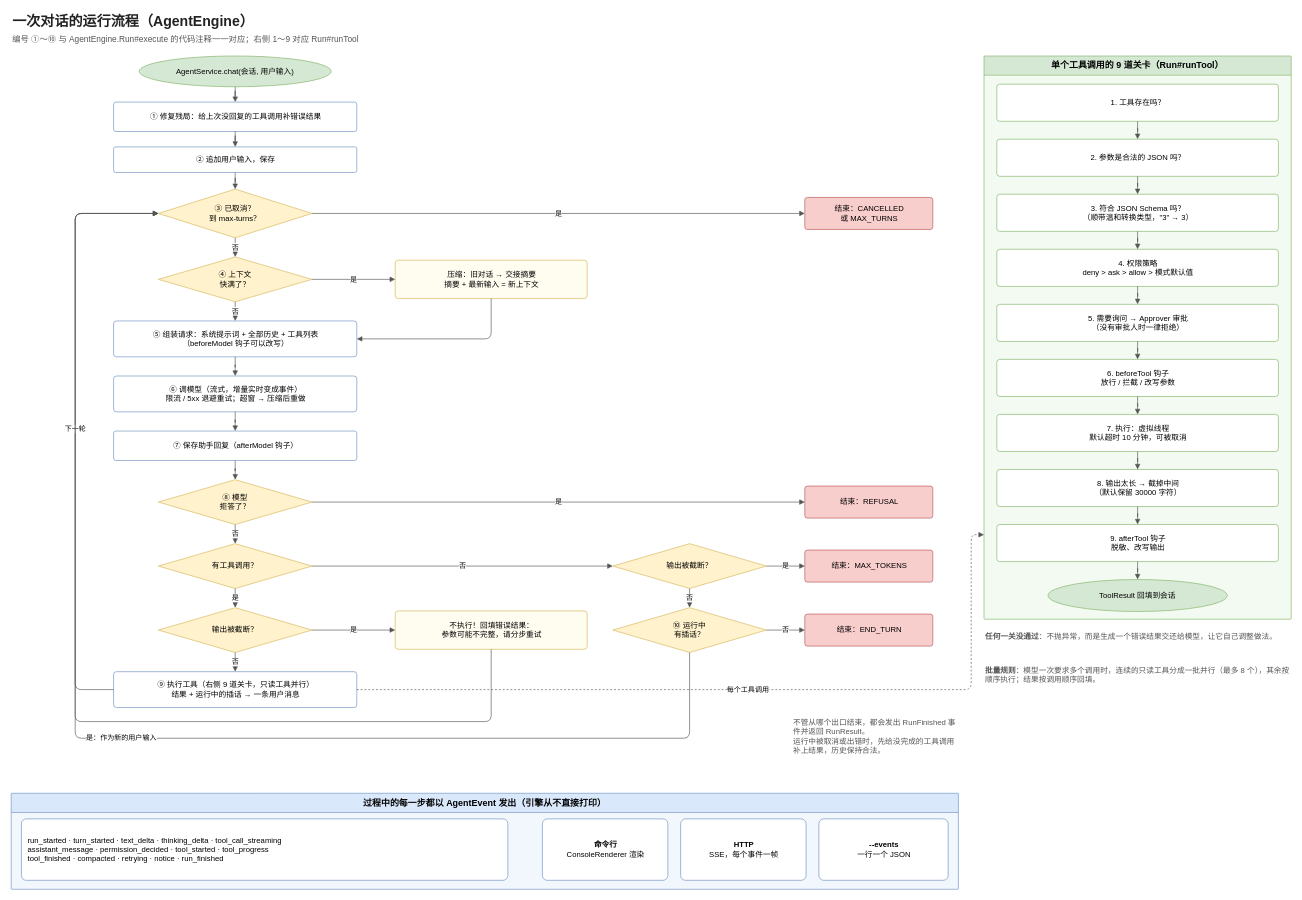
Above: page "2 一次对话的运行流程" (2 of 3) of docs/agentcore-architecture.drawio in stackJx/agent-java (draw.io), before the change. Source tidied: cells renumbered, new cells numbered last; positions are measured from the earlier drawing's top-left corner, leaving out a move shared by most shapes. Both pictures are drawn from the tidied source at 64%, with x=0, y=0 at pixel (11, 11).
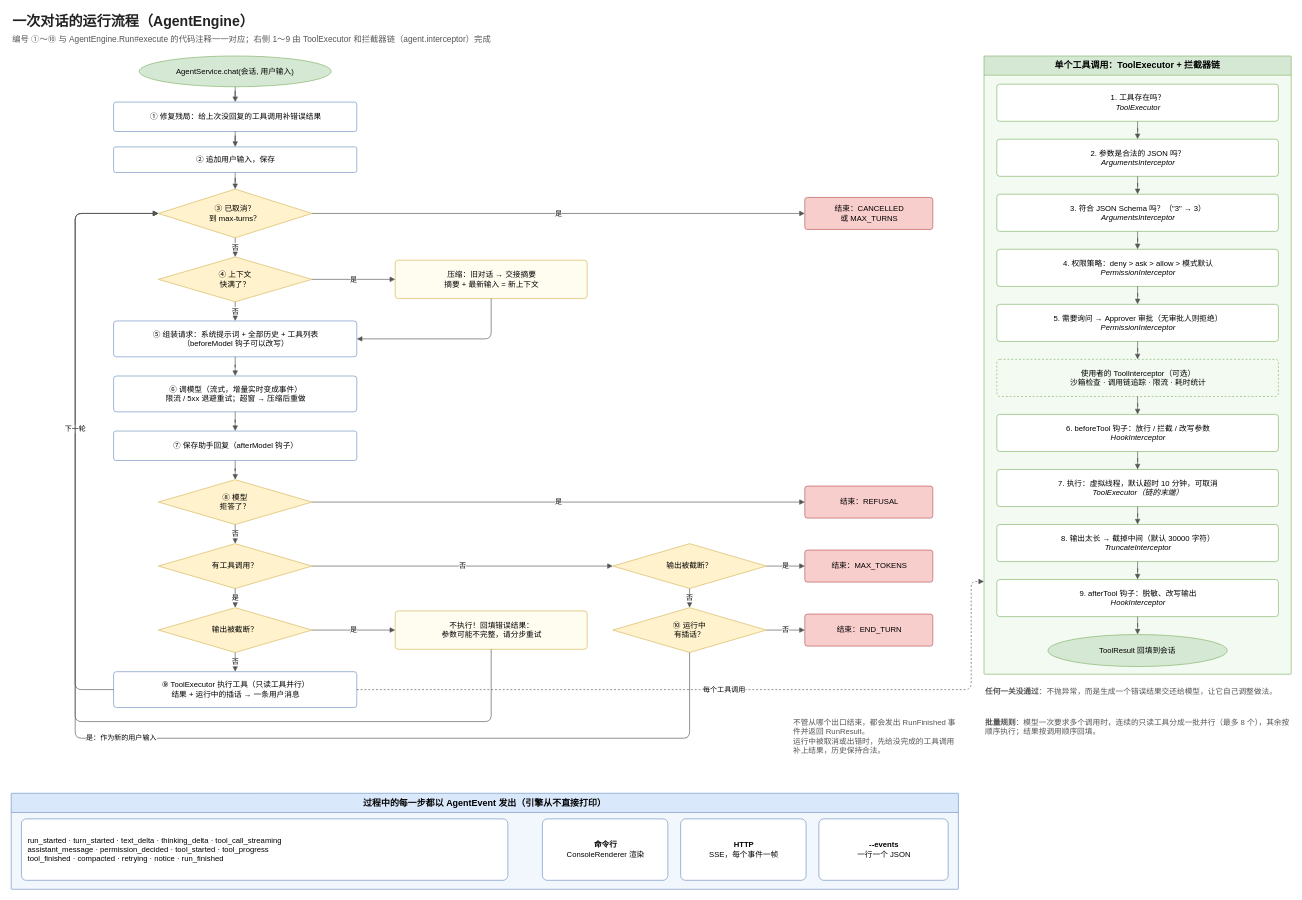
Above is the later version.

The edit, as a diff of the source:
```diff
@@
-    <mxCell id="3" value="编号 ①～⑩ 与 AgentEngine.Run#execute 的代码注释一一对应；右侧 1～9 对应 Run#runTool" style="text;html=1;whiteSpace=wrap;align=left;verticalAlign=middle;fontSize=13;fontColor=#555555;" parent="1" vertex="1">
+    <mxCell id="3" value="编号 ①～⑩ 与 AgentEngine.Run#execute 的代码注释一一对应；右侧 1～9 由 ToolExecutor 和拦截器链（agent.interceptor）完成" style="text;html=1;whiteSpace=wrap;align=left;verticalAlign=middle;fontSize=13;fontColor=#555555;" parent="1" vertex="1">
       <mxGeometry y="32" width="1400" height="24" as="geometry" />
     </mxCell>
@@
-    <mxCell id="15" value="⑨ 执行工具（右侧 9 道关卡，只读工具并行）&lt;br&gt;结果 + 运行中的插话 → 一条用户消息" style="rounded=1;arcSize=8;whiteSpace=wrap;html=1;fontSize=12;align=center;verticalAlign=middle;spacingLeft=8;spacingRight=6;fillColor=#ffffff;strokeColor=#6c8ebf;" parent="1" vertex="1">
+    <mxCell id="15" value="⑨ ToolExecutor 执行工具（只读工具并行）&lt;br&gt;结果 + 运行中的插话 → 一条用户消息" style="rounded=1;arcSize=8;whiteSpace=wrap;html=1;fontSize=12;align=center;verticalAlign=middle;spacingLeft=8;spacingRight=6;fillColor=#ffffff;strokeColor=#6c8ebf;" parent="1" vertex="1">
       <mxGeometry x="160" y="1032" width="380" height="56" as="geometry" />
     </mxCell>
@@
-    <mxCell id="48" value="单个工具调用的 9 道关卡（Run#runTool）" style="swimlane;startSize=30;rounded=1;arcSize=1;html=1;whiteSpace=wrap;fontStyle=1;fontSize=14;fillColor=#d5e8d4;strokeColor=#82b366;swimlaneFillColor=#f3faf2;" parent="1" vertex="1">
-      <mxGeometry x="1520" y="70" width="480" height="880" as="geometry" />
+    <mxCell id="48" value="单个工具调用：ToolExecutor + 拦截器链" style="swimlane;startSize=30;rounded=1;arcSize=1;html=1;whiteSpace=wrap;fontStyle=1;fontSize=14;fillColor=#d5e8d4;strokeColor=#82b366;swimlaneFillColor=#f3faf2;" parent="1" vertex="1">
+      <mxGeometry x="1520" y="70" width="480" height="966" as="geometry" />
     </mxCell>
-    <mxCell id="49" value="1. 工具存在吗？" style="rounded=1;arcSize=8;whiteSpace=wrap;html=1;fontSize=12;align=center;verticalAlign=middle;spacingLeft=8;spacingRight=6;fillColor=#ffffff;strokeColor=#82b366;" parent="48" vertex="1">
+    <mxCell id="49" value="1. 工具存在吗？&lt;br&gt;&lt;i&gt;ToolExecutor&lt;/i&gt;" style="rounded=1;arcSize=8;whiteSpace=wrap;html=1;fontSize=12;align=center;verticalAlign=middle;spacingLeft=8;spacingRight=6;fillColor=#ffffff;strokeColor=#82b366;" parent="48" vertex="1">
       <mxGeometry x="20" y="44" width="440" height="58" as="geometry" />
     </mxCell>
-    <mxCell id="50" value="2. 参数是合法的 JSON 吗？" style="rounded=1;arcSize=8;whiteSpace=wrap;html=1;fontSize=12;align=center;verticalAlign=middle;spacingLeft=8;spacingRight=6;fillColor=#ffffff;strokeColor=#82b366;" parent="48" vertex="1">
+    <mxCell id="50" value="2. 参数是合法的 JSON 吗？&lt;br&gt;&lt;i&gt;ArgumentsInterceptor&lt;/i&gt;" style="rounded=1;arcSize=8;whiteSpace=wrap;html=1;fontSize=12;align=center;verticalAlign=middle;spacingLeft=8;spacingRight=6;fillColor=#ffffff;strokeColor=#82b366;" parent="48" vertex="1">
       <mxGeometry x="20" y="130" width="440" height="58" as="geometry" />
     </mxCell>
-    <mxCell id="51" value="3. 符合 JSON Schema 吗？&lt;br&gt;（顺带温和转换类型，&amp;quot;3&amp;quot; → 3）" style="rounded=1;arcSize=8;whiteSpace=wrap;html=1;fontSize=12;align=center;verticalAlign=middle;spacingLeft=8;spacingRight=6;fillColor=#ffffff;strokeColor=#82b366;" parent="48" vertex="1">
+    <mxCell id="51" value="3. 符合 JSON Schema 吗？（&amp;quot;3&amp;quot; → 3）&lt;br&gt;&lt;i&gt;ArgumentsInterceptor&lt;/i&gt;" style="rounded=1;arcSize=8;whiteSpace=wrap;html=1;fontSize=12;align=center;verticalAlign=middle;spacingLeft=8;spacingRight=6;fillColor=#ffffff;strokeColor=#82b366;" parent="48" vertex="1">
       <mxGeometry x="20" y="216" width="440" height="58" as="geometry" />
     </mxCell>
-    <mxCell id="52" value="4. 权限策略&lt;br&gt;deny &amp;gt; ask &amp;gt; allow &amp;gt; 模式默认值" style="rounded=1;arcSize=8;whiteSpace=wrap;html=1;fontSize=12;align=center;verticalAlign=middle;spacingLeft=8;spacingRight=6;fillColor=#ffffff;strokeColor=#82b366;" parent="48" vertex="1">
+    <mxCell id="52" value="4. 权限策略：deny &amp;gt; ask &amp;gt; allow &amp;gt; 模式默认&lt;br&gt;&lt;i&gt;PermissionInterceptor&lt;/i&gt;" style="rounded=1;arcSize=8;whiteSpace=wrap;html=1;fontSize=12;align=center;verticalAlign=middle;spacingLeft=8;spacingRight=6;fillColor=#ffffff;strokeColor=#82b366;" parent="48" vertex="1">
       <mxGeometry x="20" y="302" width="440" height="58" as="geometry" />
     </mxCell>
-    <mxCell id="53" value="5. 需要询问 → Approver 审批&lt;br&gt;（没有审批人时一律拒绝）" style="rounded=1;arcSize=8;whiteSpace=wrap;html=1;fontSize=12;align=center;verticalAlign=middle;spacingLeft=8;spacingRight=6;fillColor=#ffffff;strokeColor=#82b366;" parent="48" vertex="1">
+    <mxCell id="53" value="5. 需要询问 → Approver 审批（无审批人则拒绝）&lt;br&gt;&lt;i&gt;PermissionInterceptor&lt;/i&gt;" style="rounded=1;arcSize=8;whiteSpace=wrap;html=1;fontSize=12;align=center;verticalAlign=middle;spacingLeft=8;spacingRight=6;fillColor=#ffffff;strokeColor=#82b366;" parent="48" vertex="1">
       <mxGeometry x="20" y="388" width="440" height="58" as="geometry" />
     </mxCell>
-    <mxCell id="54" value="6. beforeTool 钩子&lt;br&gt;放行 / 拦截 / 改写参数" style="rounded=1;arcSize=8;whiteSpace=wrap;html=1;fontSize=12;align=center;verticalAlign=middle;spacingLeft=8;spacingRight=6;fillColor=#ffffff;strokeColor=#82b366;" parent="48" vertex="1">
+    <mxCell id="54" value="使用者的 ToolInterceptor（可选）&lt;br&gt;沙箱检查 · 调用链追踪 · 限流 · 耗时统计" style="rounded=1;arcSize=8;whiteSpace=wrap;html=1;fontSize=12;align=center;verticalAlign=middle;spacingLeft=8;spacingRight=6;fillColor=#f3faf2;strokeColor=#82b366;dashed=1;" parent="48" vertex="1">
       <mxGeometry x="20" y="474" width="440" height="58" as="geometry" />
     </mxCell>
-    <mxCell id="55" value="7. 执行：虚拟线程&lt;br&gt;默认超时 10 分钟，可被取消" style="rounded=1;arcSize=8;whiteSpace=wrap;html=1;fontSize=12;align=center;verticalAlign=middle;spacingLeft=8;spacingRight=6;fillColor=#ffffff;strokeColor=#82b366;" parent="48" vertex="1">
+    <mxCell id="55" value="6. beforeTool 钩子：放行 / 拦截 / 改写参数&lt;br&gt;&lt;i&gt;HookInterceptor&lt;/i&gt;" style="rounded=1;arcSize=8;whiteSpace=wrap;html=1;fontSize=12;align=center;verticalAlign=middle;spacingLeft=8;spacingRight=6;fillColor=#ffffff;strokeColor=#82b366;" parent="48" vertex="1">
       <mxGeometry x="20" y="560" width="440" height="58" as="geometry" />
     </mxCell>
-    <mxCell id="56" value="8. 输出太长 → 截掉中间&lt;br&gt;（默认保留 30000 字符）" style="rounded=1;arcSize=8;whiteSpace=wrap;html=1;fontSize=12;align=center;verticalAlign=middle;spacingLeft=8;spacingRight=6;fillColor=#ffffff;strokeColor=#82b366;" parent="48" vertex="1">
+    <mxCell id="56" value="7. 执行：虚拟线程，默认超时 10 分钟，可取消&lt;br&gt;&lt;i&gt;ToolExecutor（链的末端）&lt;/i&gt;" style="rounded=1;arcSize=8;whiteSpace=wrap;html=1;fontSize=12;align=center;verticalAlign=middle;spacingLeft=8;spacingRight=6;fillColor=#ffffff;strokeColor=#82b366;" parent="48" vertex="1">
       <mxGeometry x="20" y="646" width="440" height="58" as="geometry" />
     </mxCell>
-    <mxCell id="57" value="9. afterTool 钩子&lt;br&gt;脱敏、改写输出" style="rounded=1;arcSize=8;whiteSpace=wrap;html=1;fontSize=12;align=center;verticalAlign=middle;spacingLeft=8;spacingRight=6;fillColor=#ffffff;strokeColor=#82b366;" parent="48" vertex="1">
+    <mxCell id="57" value="8. 输出太长 → 截掉中间（默认 30000 字符）&lt;br&gt;&lt;i&gt;TruncateInterceptor&lt;/i&gt;" style="rounded=1;arcSize=8;whiteSpace=wrap;html=1;fontSize=12;align=center;verticalAlign=middle;spacingLeft=8;spacingRight=6;fillColor=#ffffff;strokeColor=#82b366;" parent="48" vertex="1">
       <mxGeometry x="20" y="732" width="440" height="58" as="geometry" />
     </mxCell>
-    <mxCell id="58" value="ToolResult 回填到会话" style="ellipse;whiteSpace=wrap;html=1;fontSize=12;fillColor=#d5e8d4;strokeColor=#82b366;" parent="48" vertex="1">
-      <mxGeometry x="100" y="818" width="280" height="50" as="geometry" />
+    <mxCell id="58" value="9. afterTool 钩子：脱敏、改写输出&lt;br&gt;&lt;i&gt;HookInterceptor&lt;/i&gt;" style="rounded=1;arcSize=8;whiteSpace=wrap;html=1;fontSize=12;align=center;verticalAlign=middle;spacingLeft=8;spacingRight=6;fillColor=#ffffff;strokeColor=#82b366;" parent="48" vertex="1">
+      <mxGeometry x="20" y="818" width="440" height="58" as="geometry" />
     </mxCell>
-    <mxCell id="59" style="edgeStyle=orthogonalEdgeStyle;rounded=1;jettySize=auto;html=1;endArrow=block;endFill=1;strokeColor=#555555;fontSize=11;labelBackgroundColor=#ffffff;" parent="1" edge="1" source="49" target="50">
-      <mxGeometry relative="1" as="geometry" />
-    </mxCell>
+    <mxCell id="76" value="ToolResult 回填到会话" style="ellipse;whiteSpace=wrap;html=1;fontSize=12;fillColor=#d5e8d4;strokeColor=#82b366;" parent="48" vertex="1">
+      <mxGeometry x="100" y="904" width="280" height="50" as="geometry" />
+    </mxCell>
-    <mxCell id="60" style="edgeStyle=orthogonalEdgeStyle;rounded=1;jettySize=auto;html=1;endArrow=block;endFill=1;strokeColor=#555555;fontSize=11;labelBackgroundColor=#ffffff;" parent="1" edge="1" source="50" target="51">
+    <mxCell id="60" style="edgeStyle=orthogonalEdgeStyle;rounded=1;jettySize=auto;html=1;endArrow=block;endFill=1;strokeColor=#555555;fontSize=11;labelBackgroundColor=#ffffff;" parent="1" edge="1" source="49" target="50">
       <mxGeometry relative="1" as="geometry" />
     </mxCell>
-    <mxCell id="61" style="edgeStyle=orthogonalEdgeStyle;rounded=1;jettySize=auto;html=1;endArrow=block;endFill=1;strokeColor=#555555;fontSize=11;labelBackgroundColor=#ffffff;" parent="1" edge="1" source="51" target="52">
+    <mxCell id="61" style="edgeStyle=orthogonalEdgeStyle;rounded=1;jettySize=auto;html=1;endArrow=block;endFill=1;strokeColor=#555555;fontSize=11;labelBackgroundColor=#ffffff;" parent="1" edge="1" source="50" target="51">
       <mxGeometry relative="1" as="geometry" />
     </mxCell>
-    <mxCell id="62" style="edgeStyle=orthogonalEdgeStyle;rounded=1;jettySize=auto;html=1;endArrow=block;endFill=1;strokeColor=#555555;fontSize=11;labelBackgroundColor=#ffffff;" parent="1" edge="1" source="52" target="53">
+    <mxCell id="62" style="edgeStyle=orthogonalEdgeStyle;rounded=1;jettySize=auto;html=1;endArrow=block;endFill=1;strokeColor=#555555;fontSize=11;labelBackgroundColor=#ffffff;" parent="1" edge="1" source="51" target="52">
       <mxGeometry relative="1" as="geometry" />
     </mxCell>
-    <mxCell id="63" style="edgeStyle=orthogonalEdgeStyle;rounded=1;jettySize=auto;html=1;endArrow=block;endFill=1;strokeColor=#555555;fontSize=11;labelBackgroundColor=#ffffff;" parent="1" edge="1" source="53" target="54">
+    <mxCell id="63" style="edgeStyle=orthogonalEdgeStyle;rounded=1;jettySize=auto;html=1;endArrow=block;endFill=1;strokeColor=#555555;fontSize=11;labelBackgroundColor=#ffffff;" parent="1" edge="1" source="52" target="53">
       <mxGeometry relative="1" as="geometry" />
     </mxCell>
-    <mxCell id="64" style="edgeStyle=orthogonalEdgeStyle;rounded=1;jettySize=auto;html=1;endArrow=block;endFill=1;strokeColor=#555555;fontSize=11;labelBackgroundColor=#ffffff;" parent="1" edge="1" source="54" target="55">
+    <mxCell id="64" style="edgeStyle=orthogonalEdgeStyle;rounded=1;jettySize=auto;html=1;endArrow=block;endFill=1;strokeColor=#555555;fontSize=11;labelBackgroundColor=#ffffff;" parent="1" edge="1" source="53" target="54">
       <mxGeometry relative="1" as="geometry" />
     </mxCell>
-    <mxCell id="65" style="edgeStyle=orthogonalEdgeStyle;rounded=1;jettySize=auto;html=1;endArrow=block;endFill=1;strokeColor=#555555;fontSize=11;labelBackgroundColor=#ffffff;" parent="1" edge="1" source="55" target="56">
+    <mxCell id="65" style="edgeStyle=orthogonalEdgeStyle;rounded=1;jettySize=auto;html=1;endArrow=block;endFill=1;strokeColor=#555555;fontSize=11;labelBackgroundColor=#ffffff;" parent="1" edge="1" source="54" target="55">
       <mxGeometry relative="1" as="geometry" />
     </mxCell>
-    <mxCell id="66" style="edgeStyle=orthogonalEdgeStyle;rounded=1;jettySize=auto;html=1;endArrow=block;endFill=1;strokeColor=#555555;fontSize=11;labelBackgroundColor=#ffffff;" parent="1" edge="1" source="56" target="57">
+    <mxCell id="66" style="edgeStyle=orthogonalEdgeStyle;rounded=1;jettySize=auto;html=1;endArrow=block;endFill=1;strokeColor=#555555;fontSize=11;labelBackgroundColor=#ffffff;" parent="1" edge="1" source="55" target="56">
       <mxGeometry relative="1" as="geometry" />
     </mxCell>
-    <mxCell id="67" style="edgeStyle=orthogonalEdgeStyle;rounded=1;jettySize=auto;html=1;endArrow=block;endFill=1;strokeColor=#555555;fontSize=11;labelBackgroundColor=#ffffff;" parent="1" edge="1" source="57" target="58">
+    <mxCell id="67" style="edgeStyle=orthogonalEdgeStyle;rounded=1;jettySize=auto;html=1;endArrow=block;endFill=1;strokeColor=#555555;fontSize=11;labelBackgroundColor=#ffffff;" parent="1" edge="1" source="56" target="57">
       <mxGeometry relative="1" as="geometry" />
     </mxCell>
+    <mxCell id="77" style="edgeStyle=orthogonalEdgeStyle;rounded=1;jettySize=auto;html=1;endArrow=block;endFill=1;strokeColor=#555555;fontSize=11;labelBackgroundColor=#ffffff;" parent="1" edge="1" source="57" target="58">
+      <mxGeometry relative="1" as="geometry" />
+    </mxCell>
+    <mxCell id="78" style="edgeStyle=orthogonalEdgeStyle;rounded=1;jettySize=auto;html=1;endArrow=block;endFill=1;strokeColor=#555555;fontSize=11;labelBackgroundColor=#ffffff;" parent="1" edge="1" source="58" target="76">
+      <mxGeometry relative="1" as="geometry" />
+    </mxCell>
     <mxCell id="68" value="&lt;b&gt;任何一关没通过&lt;/b&gt;：不抛异常，而是生成一个错误结果交还给模型，让它自己调整做法。" style="text;html=1;whiteSpace=wrap;align=left;verticalAlign=top;fontSize=12;fontColor=#555555;" parent="1" vertex="1">
-      <mxGeometry x="1520" y="964" width="480" height="46" as="geometry" />
+      <mxGeometry x="1520" y="1050" width="480" height="46" as="geometry" />
     </mxCell>
-    <mxCell id="69" value="&lt;b&gt;批量规则&lt;/b&gt;：模型一次要求多个调用时，连续的只读工具分成一批并行（最多 8 个），其余按顺序执行；结果按调用顺序回填。" style="text;html=1;whiteSpace=wrap;align=left;verticalAlign=top;fontSize=12;fontColor=#555555;" parent="1" vertex="1">
-      <mxGeometry x="1520" y="1016" width="480" height="66" as="geometry" />
-    </mxCell>
+    <mxCell id="71" value="&lt;b&gt;批量规则&lt;/b&gt;：模型一次要求多个调用时，连续的只读工具分成一批并行（最多 8 个），其余按顺序执行；结果按调用顺序回填。" style="text;html=1;whiteSpace=wrap;align=left;verticalAlign=top;fontSize=12;fontColor=#555555;" parent="1" vertex="1">
+      <mxGeometry x="1520" y="1098" width="480" height="66" as="geometry" />
+    </mxCell>
@@
-    <mxCell id="71" value="过程中的每一步都以 AgentEvent 发出（引擎从不直接打印）" style="swimlane;startSize=30;rounded=1;arcSize=1;html=1;whiteSpace=wrap;fontStyle=1;fontSize=14;fillColor=#dae8fc;strokeColor=#6c8ebf;swimlaneFillColor=#f2f7fd;" parent="1" vertex="1">
-      <mxGeometry y="1222" width="1480" height="150" as="geometry" />
-    </mxCell>
-    <mxCell id="72" value="run_started · turn_started · text_delta · thinking_delta · tool_call_streaming&lt;br&gt;assistant_message · permission_decided · tool_started · tool_progress&lt;br&gt;tool_finished · compacted · retrying · notice · run_finished" style="rounded=1;arcSize=8;whiteSpace=wrap;html=1;fontSize=12;align=left;verticalAlign=middle;spacingLeft=8;spacingRight=6;fillColor=#ffffff;strokeColor=#6c8ebf;" parent="71" vertex="1">
-      <mxGeometry x="16" y="40" width="760" height="96" as="geometry" />
-    </mxCell>
-    <mxCell id="73" value="&lt;b&gt;命令行&lt;/b&gt;&lt;br&gt;ConsoleRenderer 渲染" style="rounded=1;arcSize=8;whiteSpace=wrap;html=1;fontSize=12;align=center;verticalAlign=middle;spacingLeft=8;spacingRight=6;fillColor=#ffffff;strokeColor=#6c8ebf;" parent="71" vertex="1">
-      <mxGeometry x="830" y="40" width="196" height="96" as="geometry" />
+    <mxCell id="73" value="过程中的每一步都以 AgentEvent 发出（引擎从不直接打印）" style="swimlane;startSize=30;rounded=1;arcSize=1;html=1;whiteSpace=wrap;fontStyle=1;fontSize=14;fillColor=#dae8fc;strokeColor=#6c8ebf;swimlaneFillColor=#f2f7fd;" parent="1" vertex="1">
+      <mxGeometry y="1222" width="1480" height="150" as="geometry" />
     </mxCell>
-    <mxCell id="74" value="&lt;b&gt;HTTP&lt;/b&gt;&lt;br&gt;SSE，每个事件一帧" style="rounded=1;arcSize=8;whiteSpace=wrap;html=1;fontSize=12;align=center;verticalAlign=middle;spacingLeft=8;spacingRight=6;fillColor=#ffffff;strokeColor=#6c8ebf;" parent="71" vertex="1">
-      <mxGeometry x="1046" y="40" width="196" height="96" as="geometry" />
+    <mxCell id="74" value="run_started · turn_started · text_delta · thinking_delta · tool_call_streaming&lt;br&gt;assistant_message · permission_decided · tool_started · tool_progress&lt;br&gt;tool_finished · compacted · retrying · notice · run_finished" style="rounded=1;arcSize=8;whiteSpace=wrap;html=1;fontSize=12;align=left;verticalAlign=middle;spacingLeft=8;spacingRight=6;fillColor=#ffffff;strokeColor=#6c8ebf;" parent="73" vertex="1">
+      <mxGeometry x="16" y="40" width="760" height="96" as="geometry" />
     </mxCell>
-    <mxCell id="75" value="&lt;b&gt;--events&lt;/b&gt;&lt;br&gt;一行一个 JSON" style="rounded=1;arcSize=8;whiteSpace=wrap;html=1;fontSize=12;align=center;verticalAlign=middle;spacingLeft=8;spacingRight=6;fillColor=#ffffff;strokeColor=#6c8ebf;" parent="71" vertex="1">
-      <mxGeometry x="1262" y="40" width="202" height="96" as="geometry" />
+    <mxCell id="75" value="&lt;b&gt;命令行&lt;/b&gt;&lt;br&gt;ConsoleRenderer 渲染" style="rounded=1;arcSize=8;whiteSpace=wrap;html=1;fontSize=12;align=center;verticalAlign=middle;spacingLeft=8;spacingRight=6;fillColor=#ffffff;strokeColor=#6c8ebf;" parent="73" vertex="1">
+      <mxGeometry x="830" y="40" width="196" height="96" as="geometry" />
     </mxCell>
+    <mxCell id="79" value="&lt;b&gt;HTTP&lt;/b&gt;&lt;br&gt;SSE，每个事件一帧" style="rounded=1;arcSize=8;whiteSpace=wrap;html=1;fontSize=12;align=center;verticalAlign=middle;spacingLeft=8;spacingRight=6;fillColor=#ffffff;strokeColor=#6c8ebf;" parent="73" vertex="1">
+      <mxGeometry x="1046" y="40" width="196" height="96" as="geometry" />
+    </mxCell>
+    <mxCell id="80" value="&lt;b&gt;--events&lt;/b&gt;&lt;br&gt;一行一个 JSON" style="rounded=1;arcSize=8;whiteSpace=wrap;html=1;fontSize=12;align=center;verticalAlign=middle;spacingLeft=8;spacingRight=6;fillColor=#ffffff;strokeColor=#6c8ebf;" parent="73" vertex="1">
+      <mxGeometry x="1262" y="40" width="202" height="96" as="geometry" />
+    </mxCell>
```
